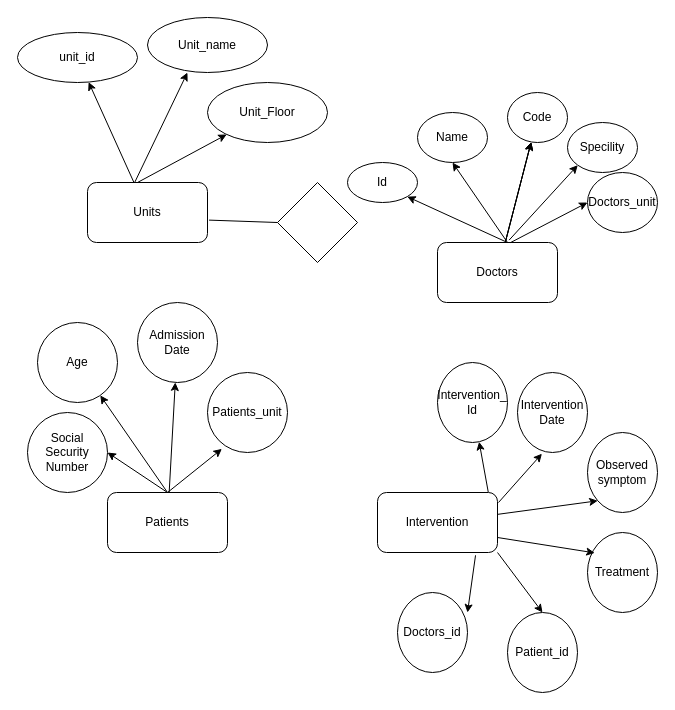
This is page "HealthCare-ER_MODEL" (2 of 3) of libraby.drawio from ajvan25/db2nday, a draw.io file, before an edit. Source tidied: cells renumbered, new cells numbered last; positions are measured from the earlier drawing's top-left corner, leaving out a move shared by most shapes. Both pictures are drawn from the tidied source at 100%, with x=0, y=0 at pixel (17, 17).
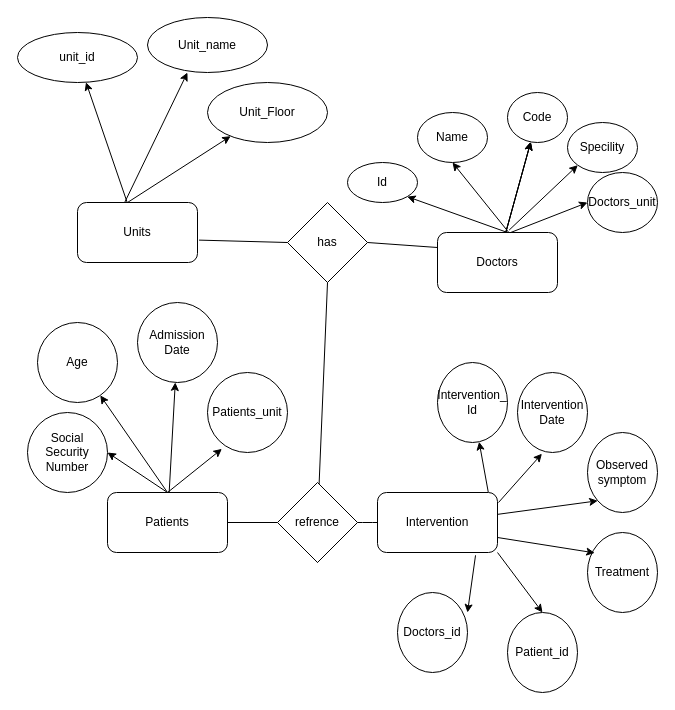
The same diagram, later.

Commit message:
UML_MODEL

The change refers to these unchanged cells:
```xml
<mxCell id="9" value="Patients" style="rounded=1;whiteSpace=wrap;html=1;" parent="1" vertex="1">
  <mxGeometry x="90" y="475" width="120" height="60" as="geometry" />
</mxCell>
<mxCell id="11" value="Unit_Floor" style="ellipse;whiteSpace=wrap;html=1;" parent="1" vertex="1">
  <mxGeometry x="190" y="65" width="120" height="60" as="geometry" />
</mxCell>
<mxCell id="14" value="Name" style="ellipse;whiteSpace=wrap;html=1;" parent="1" vertex="1">
  <mxGeometry x="400" y="95" width="70" height="50" as="geometry" />
</mxCell>
<mxCell id="23" value="Intervention" style="rounded=1;whiteSpace=wrap;html=1;" parent="1" vertex="1">
  <mxGeometry x="360" y="475" width="120" height="60" as="geometry" />
</mxCell>
```

Change to the diagram source:
```diff
@@
     <mxCell id="3" value="Units" style="rounded=1;whiteSpace=wrap;html=1;" parent="1" vertex="1">
-      <mxGeometry x="70" y="165" width="120" height="60" as="geometry" />
+      <mxGeometry x="60" y="185" width="120" height="60" as="geometry" />
     </mxCell>
@@
     <mxCell id="7" value="Doctors" style="rounded=1;whiteSpace=wrap;html=1;" parent="1" vertex="1">
-      <mxGeometry x="420" y="225" width="120" height="60" as="geometry" />
+      <mxGeometry x="420" y="215" width="120" height="60" as="geometry" />
     </mxCell>
@@
-    <mxCell id="32" style="edgeStyle=none;html=1;entryX=0.5;entryY=1;entryDx=0;entryDy=0;" parent="1" edge="1" target="14">
-      <mxGeometry relative="1" as="geometry">
-        <mxPoint x="490" y="225" as="sourcePoint" />
-      </mxGeometry>
+    <mxCell id="32" style="edgeStyle=none;html=1;entryX=0.5;entryY=1;entryDx=0;entryDy=0;exitX=0.597;exitY=0.007;exitDx=0;exitDy=0;exitPerimeter=0;" parent="1" edge="1" source="7" target="14">
+      <mxGeometry relative="1" as="geometry" />
     </mxCell>
@@
     <mxCell id="35" style="edgeStyle=none;html=1;" parent="1" edge="1" target="11">
       <mxGeometry relative="1" as="geometry">
-        <mxPoint x="120" y="165" as="sourcePoint" />
+        <mxPoint x="110" y="185" as="sourcePoint" />
       </mxGeometry>
     </mxCell>
@@
-    <mxCell id="44" style="rhombus;whiteSpace=wrap;html=1;" parent="1" vertex="1">
-      <mxGeometry x="260" y="165" width="80" height="80" as="geometry" />
+    <mxCell id="44" value="has" style="rhombus;whiteSpace=wrap;html=1;" parent="1" vertex="1">
+      <mxGeometry x="270" y="185" width="80" height="80" as="geometry" />
     </mxCell>
@@
+    <mxCell id="46" style="endArrow=none;html=1;exitX=1;exitY=0.5;exitDx=0;exitDy=0;entryX=0;entryY=0.25;entryDx=0;entryDy=0;" parent="1" edge="1" source="44" target="7">
+      <mxGeometry relative="1" as="geometry" />
+    </mxCell>
+    <mxCell id="47" style="endArrow=none;html=1;entryX=0.5;entryY=1;entryDx=0;entryDy=0;" parent="1" edge="1" source="50" target="44">
+      <mxGeometry relative="1" as="geometry" />
+    </mxCell>
+    <mxCell id="48" style="endArrow=none;html=1;entryX=0.5;entryY=1;entryDx=0;entryDy=0;" parent="1" edge="1" target="50">
+      <mxGeometry relative="1" as="geometry">
+        <mxPoint x="310" y="505" as="sourcePoint" />
+      </mxGeometry>
+    </mxCell>
+    <mxCell id="49" style="endArrow=none;html=1;exitX=1;exitY=0.5;exitDx=0;exitDy=0;" parent="1" edge="1" source="9" target="50">
+      <mxGeometry relative="1" as="geometry" />
+    </mxCell>
+    <mxCell id="50" value="refrence" style="rhombus;whiteSpace=wrap;html=1;" parent="1" vertex="1">
+      <mxGeometry x="260" y="465" width="80" height="80" as="geometry" />
+    </mxCell>
+    <mxCell id="51" style="endArrow=none;html=1;exitX=1;exitY=0.5;exitDx=0;exitDy=0;entryX=0;entryY=0.5;entryDx=0;entryDy=0;" parent="1" edge="1" source="50" target="23">
+      <mxGeometry relative="1" as="geometry">
+        <Array as="points">
+          <mxPoint x="350" y="505" />
+        </Array>
+      </mxGeometry>
+    </mxCell>
```
